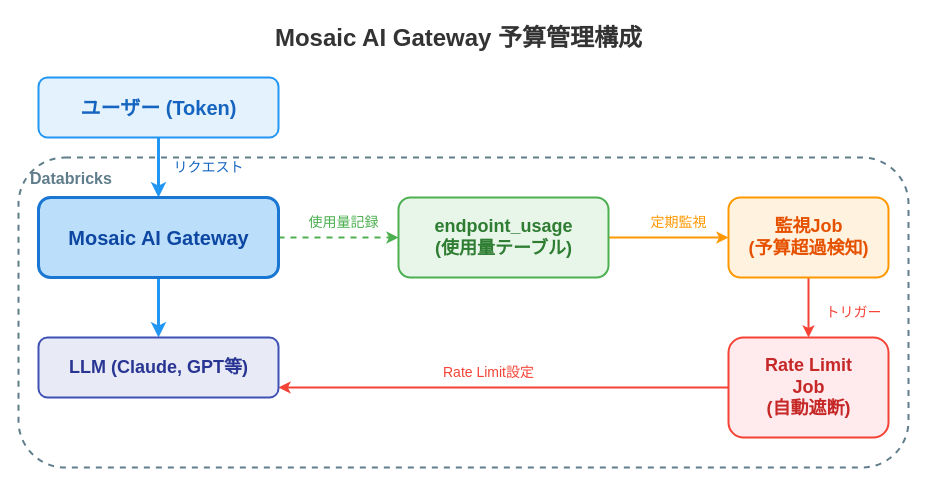
This is assets/2026-01-27-jedai-ai-gateway/overall-architecture.drawio from i9wa4/i9wa4.github.io, a draw.io file, before an edit. Source tidied: cells renumbered, new cells numbered last; positions are measured from the earlier drawing's top-left corner, leaving out a move shared by most shapes. Both pictures are drawn from the tidied source at 100%, with x=0, y=0 at pixel (18, 17).
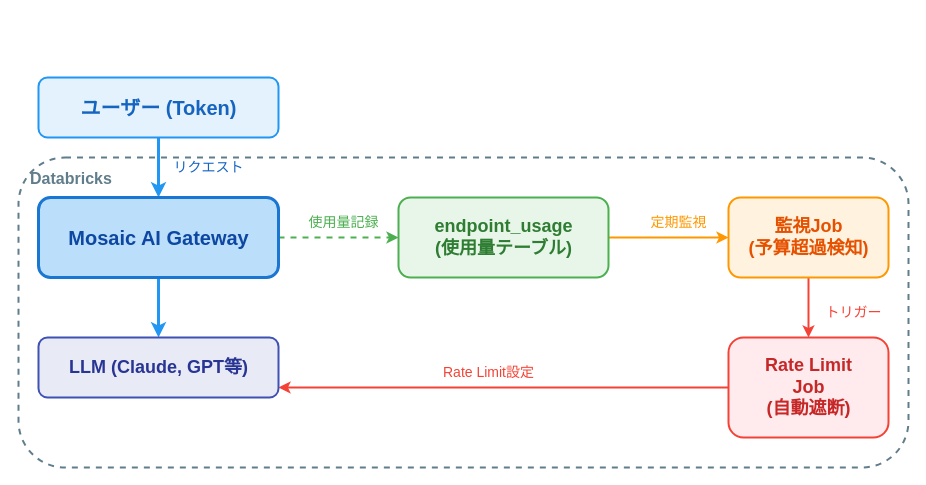
After the change.

Change to the diagram source:
```diff
@@
-    <mxCell id="2" value="Mosaic AI Gateway 予算管理構成" style="text;html=1;fontSize=24;fontFamily=Noto Sans JP;fontStyle=1;fontColor=#333333;align=center;" parent="1" vertex="1">
-      <mxGeometry x="190" width="500" height="40" as="geometry" />
-    </mxCell>
```
